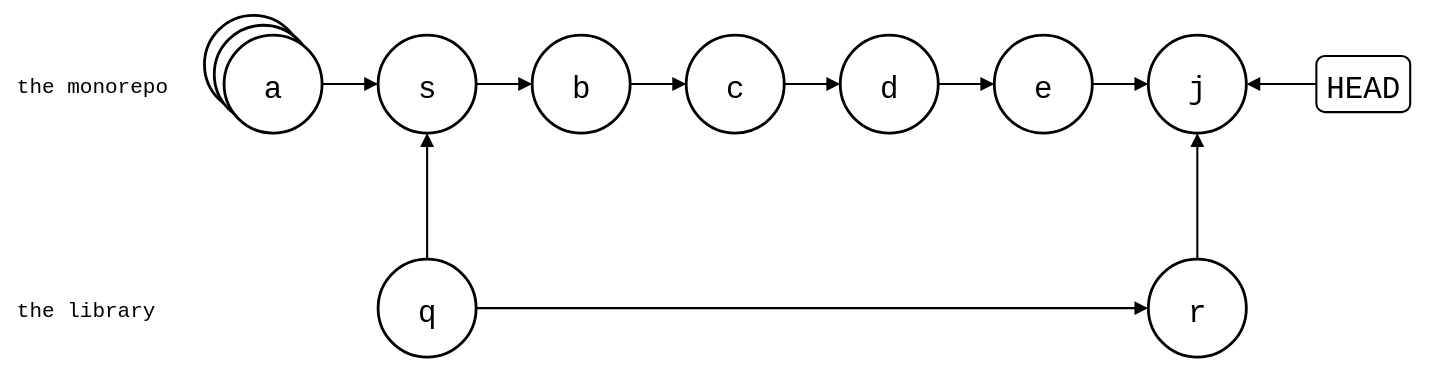
The draw.io diagram docs/05-comparisons/01-git/git-subtree-rejoin.drawio.svg in roschaefer/git-splice, before a commit. Source tidied: cells renumbered, new cells last; positions are measured from the earlier drawing's top-left corner, leaving out a move shared by most shapes. The source it was exported from:
```xml
<mxGraphModel background="#ffffff">
  <root>
    <mxCell id="0" />
    <mxCell id="1" parent="0" />
    <mxCell id="2" value="the monorepo" style="text;strokeColor=none;fillColor=none;align=left;verticalAlign=middle;fontSize=15;fontFamily=Roboto Mono,monospace;" parent="1" vertex="1">
      <mxGeometry y="34" width="130" height="30" as="geometry" />
    </mxCell>
    <mxCell id="3" value="the library" style="text;strokeColor=none;fillColor=none;align=left;verticalAlign=middle;fontSize=15;fontFamily=Roboto Mono,monospace;" parent="1" vertex="1">
      <mxGeometry y="194" width="130" height="30" as="geometry" />
    </mxCell>
    <mxCell id="4" style="shape=ellipse;strokeWidth=2;fontSize=22;fontFamily=Roboto Mono,monospace;" parent="1" vertex="1">
      <mxGeometry x="136" width="70" height="70" as="geometry" />
    </mxCell>
    <mxCell id="5" style="shape=ellipse;strokeWidth=2;fontSize=22;fontFamily=Roboto Mono,monospace;" parent="1" vertex="1">
      <mxGeometry x="143" y="7" width="70" height="70" as="geometry" />
    </mxCell>
    <mxCell id="6" value="a" style="ellipse;strokeWidth=2;fontSize=22;fontFamily=Roboto Mono,monospace;" parent="1" vertex="1">
      <mxGeometry x="150" y="14" width="70" height="70" as="geometry" />
    </mxCell>
    <mxCell id="7" value="s" style="ellipse;strokeWidth=2;fontSize=22;fontFamily=Roboto Mono,monospace;" parent="1" vertex="1">
      <mxGeometry x="260" y="14" width="70" height="70" as="geometry" />
    </mxCell>
    <mxCell id="8" value="b" style="ellipse;strokeWidth=2;fontSize=22;fontFamily=Roboto Mono,monospace;" parent="1" vertex="1">
      <mxGeometry x="370" y="14" width="70" height="70" as="geometry" />
    </mxCell>
    <mxCell id="9" value="c" style="ellipse;strokeWidth=2;fontSize=22;fontFamily=Roboto Mono,monospace;" parent="1" vertex="1">
      <mxGeometry x="480" y="14" width="70" height="70" as="geometry" />
    </mxCell>
    <mxCell id="10" value="d" style="ellipse;strokeWidth=2;fontSize=22;fontFamily=Roboto Mono,monospace;" parent="1" vertex="1">
      <mxGeometry x="590" y="14" width="70" height="70" as="geometry" />
    </mxCell>
    <mxCell id="11" value="e" style="ellipse;strokeWidth=2;fontSize=22;fontFamily=Roboto Mono,monospace;" parent="1" vertex="1">
      <mxGeometry x="700" y="14" width="70" height="70" as="geometry" />
    </mxCell>
    <mxCell id="12" value="j" style="ellipse;strokeWidth=2;fontSize=22;fontFamily=Roboto Mono,monospace;" parent="1" vertex="1">
      <mxGeometry x="810" y="14" width="70" height="70" as="geometry" />
    </mxCell>
    <mxCell id="13" value="q" style="ellipse;strokeWidth=2;fontSize=22;fontFamily=Roboto Mono,monospace;" parent="1" vertex="1">
      <mxGeometry x="260" y="174" width="70" height="70" as="geometry" />
    </mxCell>
    <mxCell id="14" value="r" style="ellipse;strokeWidth=2;fontSize=22;fontFamily=Roboto Mono,monospace;" parent="1" vertex="1">
      <mxGeometry x="810" y="174" width="70" height="70" as="geometry" />
    </mxCell>
    <mxCell id="15" value="HEAD" style="rounded=1;strokeWidth=1.5;fontSize=22;fontFamily=Roboto Mono,monospace;" parent="1" vertex="1">
      <mxGeometry x="930" y="29" width="67" height="40" as="geometry" />
    </mxCell>
    <mxCell id="16" style="endArrow=block;endFill=1;html=1;strokeWidth=1.5;rounded=0;" parent="1" edge="1" source="15" target="12">
      <mxGeometry relative="1" as="geometry" />
    </mxCell>
    <mxCell id="17" style="endArrow=block;endFill=1;html=1;strokeWidth=1.5;rounded=0;" parent="1" edge="1" source="6" target="7">
      <mxGeometry relative="1" as="geometry" />
    </mxCell>
    <mxCell id="18" style="endArrow=block;endFill=1;html=1;strokeWidth=1.5;rounded=0;" parent="1" edge="1" source="7" target="8">
      <mxGeometry relative="1" as="geometry" />
    </mxCell>
    <mxCell id="19" style="endArrow=block;endFill=1;html=1;strokeWidth=1.5;rounded=0;" parent="1" edge="1" source="8" target="9">
      <mxGeometry relative="1" as="geometry" />
    </mxCell>
    <mxCell id="20" style="endArrow=block;endFill=1;html=1;strokeWidth=1.5;rounded=0;" parent="1" edge="1" source="9" target="10">
      <mxGeometry relative="1" as="geometry" />
    </mxCell>
    <mxCell id="21" style="endArrow=block;endFill=1;html=1;strokeWidth=1.5;rounded=0;" parent="1" edge="1" source="10" target="11">
      <mxGeometry relative="1" as="geometry" />
    </mxCell>
    <mxCell id="22" style="endArrow=block;endFill=1;html=1;strokeWidth=1.5;rounded=0;" parent="1" edge="1" source="11" target="12">
      <mxGeometry relative="1" as="geometry" />
    </mxCell>
    <mxCell id="23" style="endArrow=block;endFill=1;html=1;strokeWidth=1.5;rounded=0;" parent="1" edge="1" source="13" target="7">
      <mxGeometry relative="1" as="geometry" />
    </mxCell>
    <mxCell id="24" style="endArrow=block;endFill=1;html=1;strokeWidth=1.5;rounded=0;" parent="1" edge="1" source="13" target="14">
      <mxGeometry relative="1" as="geometry" />
    </mxCell>
    <mxCell id="25" style="endArrow=block;endFill=1;html=1;strokeWidth=1.5;rounded=0;" parent="1" edge="1" source="14" target="12">
      <mxGeometry relative="1" as="geometry" />
    </mxCell>
  </root>
</mxGraphModel>
```
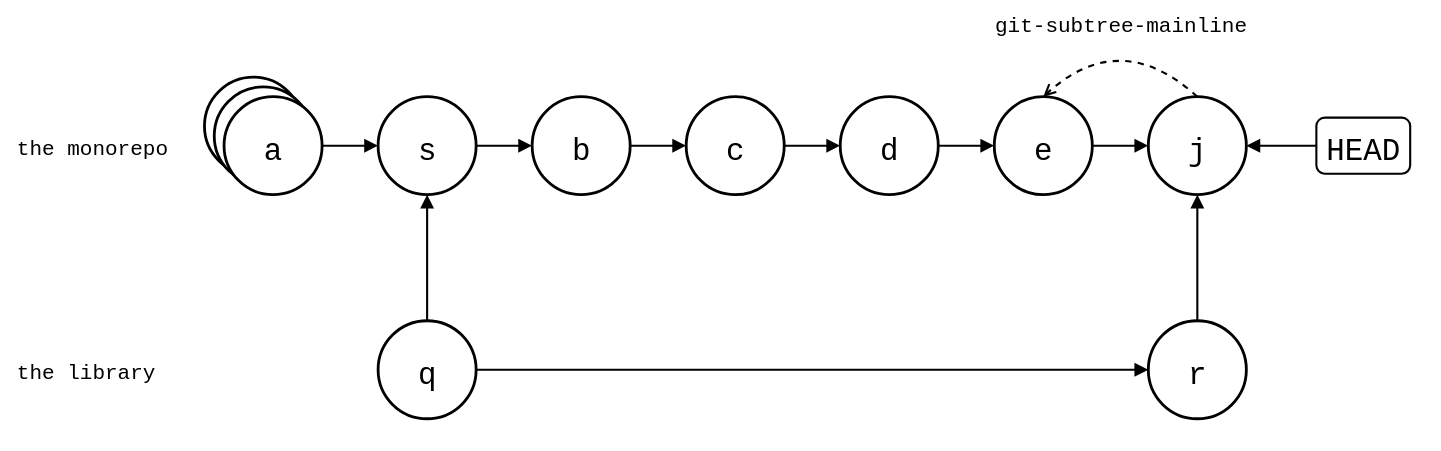
The same diagram one commit later.

The edit, as a diff of the source:
```diff
@@ -74,5 +74,12 @@
     <mxCell id="25" style="endArrow=block;endFill=1;html=1;strokeWidth=1.5;rounded=0;" parent="1" edge="1" source="14" target="12">
       <mxGeometry relative="1" as="geometry" />
     </mxCell>
+    <mxCell id="26" value="git-subtree-mainline" style="endArrow=open;html=1;strokeWidth=1.5;dashed=1;dashPattern=3 3;message=1;curved=1;exitX=0.5;exitY=0;exitDx=0;exitDy=0;entryX=0.5;entryY=0;entryDx=0;entryDy=0;fontSize=15;fontFamily=Roboto Mono,monospace;labelBackgroundColor=default;" parent="1" edge="1" source="12" target="11">
+      <mxGeometry relative="1" as="geometry">
+        <Array as="points">
+          <mxPoint x="790" y="-36" />
+        </Array>
+      </mxGeometry>
+    </mxCell>
   </root>
 </mxGraphModel>
```
